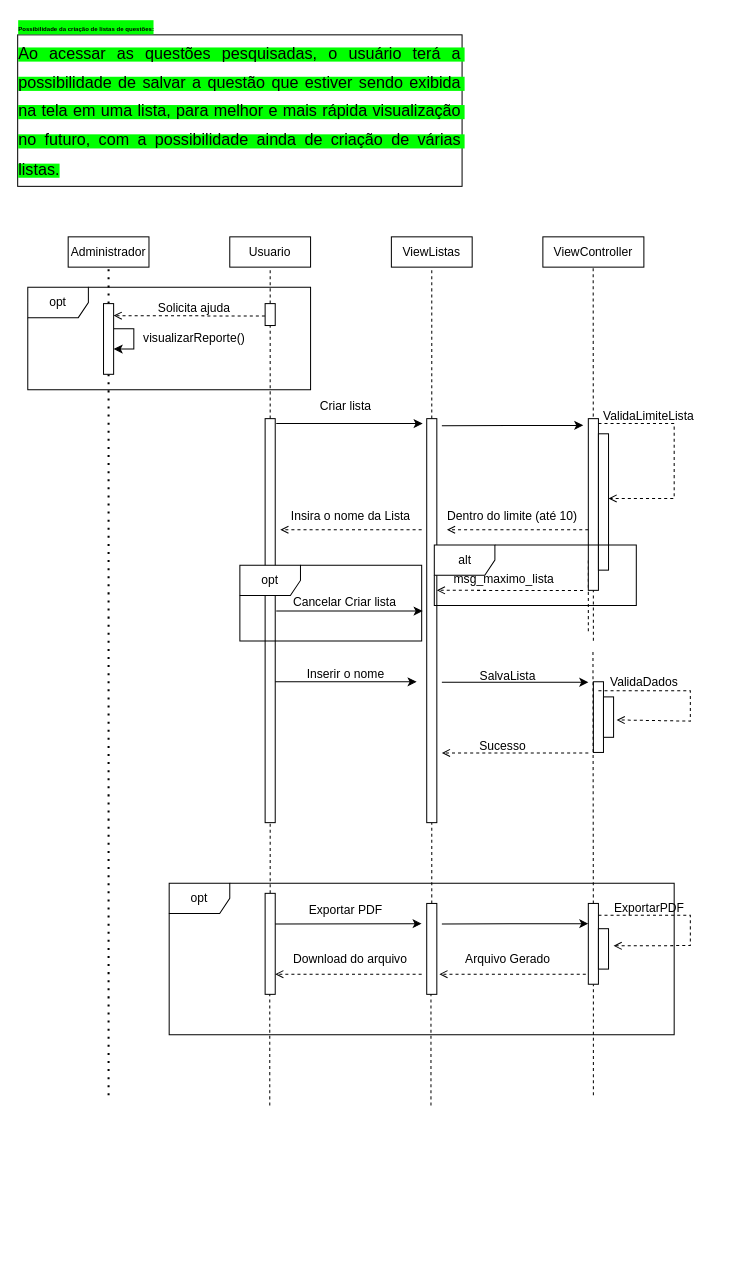
Above: Criar Listas.drawio in augustorazani/QENEM-UML-Diagram (draw.io), before the change. Source tidied: cells renumbered, new cells numbered last; positions are measured from the earlier drawing's top-left corner, leaving out a move shared by most shapes. Both pictures are drawn from the tidied source at 101%, with x=0, y=0 at pixel (17, 34).
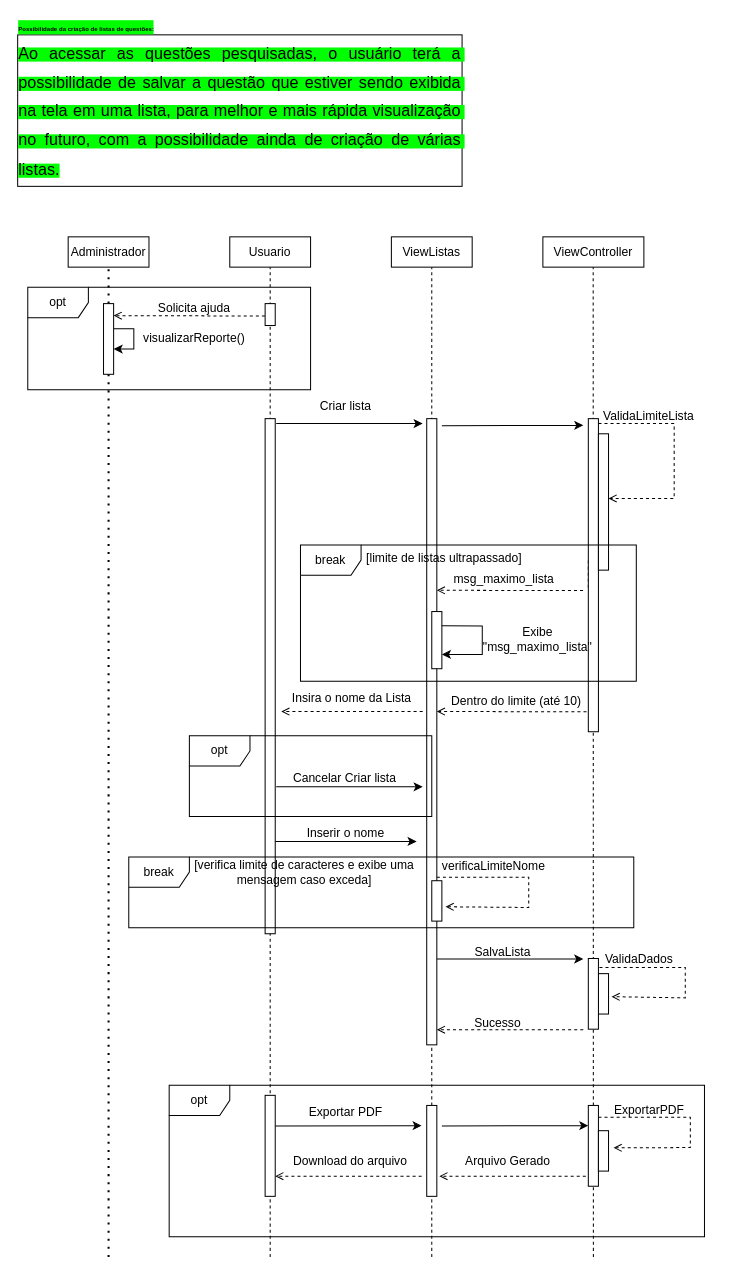
The same diagram, later.

The change refers to these unchanged cells:
```xml
<mxCell id="18" style="html=1;points=[[0,0,0,0,5],[0,1,0,0,-5],[1,0,0,0,5],[1,1,0,0,-5]];perimeter=orthogonalPerimeter;outlineConnect=0;targetShapes=umlLifeline;portConstraint=eastwest;newEdgeStyle={&quot;curved&quot;:0,&quot;rounded&quot;:0};" parent="1" vertex="1">
  <mxGeometry x="85" y="266.1" width="10" height="70" as="geometry" />
</mxCell>
```

What changed in the source:
```diff
@@
-    <mxCell id="4" style="endArrow=none;dashed=1;html=1;rounded=0;" parent="1" edge="1" source="7">
+    <mxCell id="4" style="endArrow=none;dashed=1;html=1;rounded=0;" parent="1" edge="1">
       <mxGeometry relative="1" as="geometry">
+        <mxPoint x="250" y="1210" as="sourcePoint" />
         <mxPoint x="250" y="230" as="targetPoint" />
       </mxGeometry>
     </mxCell>
@@
-    <mxCell id="6" style="endArrow=none;dashed=1;html=1;rounded=0;exitX=0.5;exitY=0;exitDx=0;exitDy=0;" parent="1" edge="1" source="50" target="7">
-      <mxGeometry relative="1" as="geometry">
-        <Array as="points">
-          <mxPoint x="250" y="650" />
-        </Array>
-      </mxGeometry>
-    </mxCell>
     <mxCell id="7" style="rounded=0;whiteSpace=wrap;html=1;" parent="1" vertex="1">
-      <mxGeometry x="245" y="380" width="10" height="400" as="geometry" />
+      <mxGeometry x="245" y="380" width="10" height="510" as="geometry" />
     </mxCell>
-    <mxCell id="8" style="endArrow=none;dashed=1;html=1;rounded=0;" parent="1" edge="1" source="21">
+    <mxCell id="8" style="endArrow=none;dashed=1;html=1;rounded=0;" parent="1" edge="1">
       <mxGeometry relative="1" as="geometry">
+        <mxPoint x="410" y="1210" as="sourcePoint" />
         <mxPoint x="410" y="230" as="targetPoint" />
       </mxGeometry>
     </mxCell>
@@
     <mxCell id="17" style="endArrow=none;dashed=1;html=1;dashPattern=1 3;strokeWidth=2;rounded=0;" parent="1" edge="1" target="18">
       <mxGeometry relative="1" as="geometry">
-        <mxPoint x="90" y="1050" as="sourcePoint" />
+        <mxPoint x="90" y="1210" as="sourcePoint" />
       </mxGeometry>
     </mxCell>
@@
-    <mxCell id="20" style="endArrow=none;dashed=1;html=1;rounded=0;exitX=0.5;exitY=0;exitDx=0;exitDy=0;" parent="1" edge="1" source="53" target="21">
-      <mxGeometry relative="1" as="geometry" />
-    </mxCell>
     <mxCell id="21" style="rounded=0;whiteSpace=wrap;html=1;" parent="1" vertex="1">
-      <mxGeometry x="405" y="380" width="10" height="400" as="geometry" />
+      <mxGeometry x="405" y="380" width="10" height="620" as="geometry" />
     </mxCell>
@@
     <mxCell id="24" style="endArrow=none;dashed=1;html=1;rounded=0;" parent="1" edge="1">
       <mxGeometry relative="1" as="geometry">
-        <mxPoint x="570" y="600" as="sourcePoint" />
+        <mxPoint x="570" y="1210" as="sourcePoint" />
         <mxPoint x="569.8" y="230" as="targetPoint" />
       </mxGeometry>
     </mxCell>
@@
     <mxCell id="26" style="rounded=0;whiteSpace=wrap;html=1;" parent="1" vertex="1">
-      <mxGeometry x="565" y="380" width="10" height="170" as="geometry" />
+      <mxGeometry x="565" y="380" width="10" height="310" as="geometry" />
     </mxCell>
@@
-    <mxCell id="31" style="endArrow=open;html=1;rounded=0;exitX=1.037;exitY=0.719;exitDx=0;exitDy=0;exitPerimeter=0;dashed=1;endFill=0;" parent="1" edge="1">
+    <mxCell id="31" style="endArrow=open;html=1;rounded=0;dashed=1;endFill=0;entryX=1.184;entryY=0.459;entryDx=0;entryDy=0;entryPerimeter=0;" parent="1" edge="1">
       <mxGeometry relative="1" as="geometry">
-        <mxPoint x="565" y="490" as="sourcePoint" />
-        <mxPoint x="425" y="490" as="targetPoint" />
+        <mxPoint x="563.2" y="670.2" as="sourcePoint" />
+        <mxPoint x="415" y="670" as="targetPoint" />
       </mxGeometry>
     </mxCell>
     <mxCell id="32" value="Dentro do limite (até 10)" style="text;html=1;align=center;verticalAlign=middle;whiteSpace=wrap;rounded=0;" parent="1" vertex="1">
-      <mxGeometry x="415" y="460" width="150" height="33.4" as="geometry" />
+      <mxGeometry x="419" y="643" width="150" height="33.4" as="geometry" />
     </mxCell>
     <mxCell id="33" style="endArrow=open;html=1;rounded=0;exitX=1.037;exitY=0.719;exitDx=0;exitDy=0;exitPerimeter=0;dashed=1;endFill=0;" parent="1" edge="1">
       <mxGeometry relative="1" as="geometry">
-        <mxPoint x="400" y="490" as="sourcePoint" />
-        <mxPoint x="260" y="490" as="targetPoint" />
+        <mxPoint x="401" y="670" as="sourcePoint" />
+        <mxPoint x="261" y="670" as="targetPoint" />
       </mxGeometry>
     </mxCell>
     <mxCell id="34" value="Insira o nome da Lista" style="text;html=1;align=center;verticalAlign=middle;whiteSpace=wrap;rounded=0;" parent="1" vertex="1">
-      <mxGeometry x="255" y="460" width="150" height="33.4" as="geometry" />
+      <mxGeometry x="256" y="640" width="150" height="33.4" as="geometry" />
     </mxCell>
     <mxCell id="35" value="Inserir o nome" style="text;html=1;align=center;verticalAlign=middle;whiteSpace=wrap;rounded=0;" parent="1" vertex="1">
-      <mxGeometry x="260" y="616.6" width="130" height="33.4" as="geometry" />
+      <mxGeometry x="260" y="774.6" width="130" height="33.4" as="geometry" />
     </mxCell>
     <mxCell id="36" style="endArrow=classic;html=1;rounded=0;" parent="1" edge="1">
       <mxGeometry relative="1" as="geometry">
-        <mxPoint x="255" y="640.6" as="sourcePoint" />
-        <mxPoint x="395" y="640.6" as="targetPoint" />
+        <mxPoint x="255" y="798.6" as="sourcePoint" />
+        <mxPoint x="395" y="798.6" as="targetPoint" />
       </mxGeometry>
     </mxCell>
     <mxCell id="37" value="SalvaLista" style="text;html=1;align=center;verticalAlign=middle;strokeColor=none;fillColor=none;" parent="1" vertex="1">
-      <mxGeometry x="445" y="620" width="80" height="30" as="geometry" />
+      <mxGeometry x="440" y="894" width="80" height="30" as="geometry" />
     </mxCell>
-    <mxCell id="38" style="rounded=0;whiteSpace=wrap;html=1;" parent="1" vertex="1">
-      <mxGeometry x="570" y="640.5" width="10" height="70" as="geometry" />
-    </mxCell>
-    <mxCell id="39" style="endArrow=none;dashed=1;html=1;rounded=0;" parent="1" edge="1" source="55">
-      <mxGeometry relative="1" as="geometry">
-        <mxPoint x="569.6" y="611" as="targetPoint" />
-      </mxGeometry>
-    </mxCell>
-    <mxCell id="40" value="alt" style="shape=umlFrame;whiteSpace=wrap;html=1;" parent="1" vertex="1">
-      <mxGeometry x="412.5" y="505" width="200" height="60" as="geometry" />
+    <mxCell id="40" value="break" style="shape=umlFrame;whiteSpace=wrap;html=1;" parent="1" vertex="1">
+      <mxGeometry x="280" y="505" width="332.5" height="135" as="geometry" />
     </mxCell>
     <mxCell id="41" style="endArrow=classic;html=1;rounded=0;" parent="1" edge="1">
       <mxGeometry relative="1" as="geometry">
-        <mxPoint x="420" y="641" as="sourcePoint" />
-        <mxPoint x="565" y="641" as="targetPoint" />
+        <mxPoint x="415" y="915" as="sourcePoint" />
+        <mxPoint x="560" y="915" as="targetPoint" />
       </mxGeometry>
     </mxCell>
     <mxCell id="42" style="endArrow=open;html=1;rounded=0;dashed=1;endFill=0;entryX=1.3;entryY=0.57;entryDx=0;entryDy=0;entryPerimeter=0;" parent="1" edge="1" target="43">
       <mxGeometry relative="1" as="geometry">
-        <mxPoint x="575" y="649.5" as="sourcePoint" />
+        <mxPoint x="570" y="923.5" as="sourcePoint" />
         <Array as="points">
-          <mxPoint x="666" y="649.5" />
-          <mxPoint x="666" y="679.5" />
+          <mxPoint x="661" y="923.5" />
+          <mxPoint x="661" y="953.5" />
         </Array>
       </mxGeometry>
     </mxCell>
     <mxCell id="43" style="rounded=0;whiteSpace=wrap;html=1;" parent="1" vertex="1">
-      <mxGeometry x="580" y="655.5" width="10" height="40" as="geometry" />
+      <mxGeometry x="575" y="929.5" width="10" height="40" as="geometry" />
     </mxCell>
     <mxCell id="44" value="ValidaDados" style="text;html=1;align=center;verticalAlign=middle;strokeColor=none;fillColor=none;" parent="1" vertex="1">
-      <mxGeometry x="575" y="626" width="90" height="30" as="geometry" />
+      <mxGeometry x="570" y="900" width="90" height="30" as="geometry" />
     </mxCell>
+    <mxCell id="38" style="rounded=0;whiteSpace=wrap;html=1;" parent="1" vertex="1">
+      <mxGeometry x="565" y="914.5" width="10" height="70" as="geometry" />
+    </mxCell>
     <mxCell id="45" style="endArrow=open;html=1;rounded=0;dashed=1;endFill=0;" parent="1" edge="1">
       <mxGeometry relative="1" as="geometry">
-        <mxPoint x="565" y="711" as="sourcePoint" />
-        <mxPoint x="420" y="711" as="targetPoint" />
+        <mxPoint x="560" y="985" as="sourcePoint" />
+        <mxPoint x="415" y="985" as="targetPoint" />
       </mxGeometry>
     </mxCell>
     <mxCell id="46" value="Sucesso" style="text;html=1;align=center;verticalAlign=middle;strokeColor=none;fillColor=none;" parent="1" vertex="1">
-      <mxGeometry x="445" y="689.5" width="70" height="30" as="geometry" />
+      <mxGeometry x="440" y="963.5" width="70" height="30" as="geometry" />
     </mxCell>
-    <mxCell id="47" style="endArrow=none;dashed=1;html=1;rounded=0;" parent="1" edge="1">
-      <mxGeometry relative="1" as="geometry">
-        <mxPoint x="565" y="590.5" as="sourcePoint" />
-        <mxPoint x="565" y="550.5" as="targetPoint" />
-      </mxGeometry>
-    </mxCell>
@@
     <mxCell id="50" style="rounded=0;whiteSpace=wrap;html=1;" parent="1" vertex="1">
-      <mxGeometry x="245" y="850" width="10" height="100" as="geometry" />
+      <mxGeometry x="245" y="1050" width="10" height="100" as="geometry" />
     </mxCell>
     <mxCell id="51" value="Exportar PDF" style="text;html=1;align=center;verticalAlign=middle;whiteSpace=wrap;rounded=0;" parent="1" vertex="1">
-      <mxGeometry x="260" y="850" width="130" height="33.4" as="geometry" />
+      <mxGeometry x="260" y="1050" width="130" height="33.4" as="geometry" />
     </mxCell>
     <mxCell id="52" style="endArrow=classic;html=1;rounded=0;exitX=0;exitY=1;exitDx=0;exitDy=0;" parent="1" edge="1">
       <mxGeometry relative="1" as="geometry">
-        <mxPoint x="255" y="880.4" as="sourcePoint" />
-        <mxPoint x="400" y="880" as="targetPoint" />
+        <mxPoint x="255" y="1080.4" as="sourcePoint" />
+        <mxPoint x="400" y="1080" as="targetPoint" />
       </mxGeometry>
     </mxCell>
     <mxCell id="53" style="rounded=0;whiteSpace=wrap;html=1;" parent="1" vertex="1">
-      <mxGeometry x="405" y="860" width="10" height="90" as="geometry" />
+      <mxGeometry x="405" y="1060" width="10" height="90" as="geometry" />
     </mxCell>
-    <mxCell id="54" style="endArrow=none;dashed=1;html=1;rounded=0;" parent="1" edge="1" target="55">
-      <mxGeometry relative="1" as="geometry">
-        <mxPoint x="570" y="1050" as="sourcePoint" />
-      </mxGeometry>
-    </mxCell>
     <mxCell id="55" style="rounded=0;whiteSpace=wrap;html=1;" parent="1" vertex="1">
-      <mxGeometry x="565" y="860" width="10" height="80" as="geometry" />
+      <mxGeometry x="565" y="1060" width="10" height="80" as="geometry" />
     </mxCell>
     <mxCell id="56" value="opt" style="shape=umlFrame;whiteSpace=wrap;html=1;" parent="1" vertex="1">
-      <mxGeometry x="150" y="840" width="500" height="150" as="geometry" />
+      <mxGeometry x="150" y="1040" width="530" height="150" as="geometry" />
     </mxCell>
     <mxCell id="57" style="endArrow=open;html=1;rounded=0;dashed=1;endFill=0;" parent="1" edge="1">
       <mxGeometry relative="1" as="geometry">
-        <mxPoint x="562.5" y="930" as="sourcePoint" />
-        <mxPoint x="417.5" y="930" as="targetPoint" />
+        <mxPoint x="562.5" y="1130" as="sourcePoint" />
+        <mxPoint x="417.5" y="1130" as="targetPoint" />
       </mxGeometry>
     </mxCell>
     <mxCell id="58" value="Arquivo Gerado" style="text;html=1;align=center;verticalAlign=middle;strokeColor=none;fillColor=none;" parent="1" vertex="1">
-      <mxGeometry x="430" y="900" width="110" height="30" as="geometry" />
+      <mxGeometry x="430" y="1100" width="110" height="30" as="geometry" />
     </mxCell>
     <mxCell id="59" style="endArrow=classic;html=1;rounded=0;exitX=0;exitY=1;exitDx=0;exitDy=0;" parent="1" edge="1">
       <mxGeometry relative="1" as="geometry">
-        <mxPoint x="420" y="880.4" as="sourcePoint" />
-        <mxPoint x="565" y="880" as="targetPoint" />
+        <mxPoint x="420" y="1080.4" as="sourcePoint" />
+        <mxPoint x="565" y="1080" as="targetPoint" />
         <Array as="points">
-          <mxPoint x="490" y="880" />
+          <mxPoint x="490" y="1080" />
         </Array>
       </mxGeometry>
     </mxCell>
     <mxCell id="60" style="endArrow=open;html=1;rounded=0;dashed=1;endFill=0;" parent="1" edge="1">
       <mxGeometry relative="1" as="geometry">
-        <mxPoint x="400" y="930" as="sourcePoint" />
-        <mxPoint x="255" y="930" as="targetPoint" />
+        <mxPoint x="400" y="1130" as="sourcePoint" />
+        <mxPoint x="255" y="1130" as="targetPoint" />
       </mxGeometry>
     </mxCell>
-    <mxCell id="61" style="endArrow=none;dashed=1;html=1;rounded=0;" parent="1" edge="1">
-      <mxGeometry relative="1" as="geometry">
-        <mxPoint x="409.2" y="1060" as="sourcePoint" />
-        <mxPoint x="409.2" y="950" as="targetPoint" />
-      </mxGeometry>
-    </mxCell>
-    <mxCell id="62" style="endArrow=none;dashed=1;html=1;rounded=0;" parent="1" edge="1">
-      <mxGeometry relative="1" as="geometry">
-        <mxPoint x="249.6" y="1060" as="sourcePoint" />
-        <mxPoint x="249.6" y="950" as="targetPoint" />
-      </mxGeometry>
-    </mxCell>
     <mxCell id="63" style="endArrow=open;html=1;rounded=0;dashed=1;endFill=0;" parent="1" edge="1">
       <mxGeometry relative="1" as="geometry">
-        <mxPoint x="575" y="871.7" as="sourcePoint" />
-        <mxPoint x="590" y="902" as="targetPoint" />
+        <mxPoint x="575" y="1071.7" as="sourcePoint" />
+        <mxPoint x="590" y="1102" as="targetPoint" />
         <Array as="points">
-          <mxPoint x="666" y="871.7" />
-          <mxPoint x="666" y="901.7" />
+          <mxPoint x="666" y="1071.7" />
+          <mxPoint x="666" y="1101.7" />
         </Array>
       </mxGeometry>
     </mxCell>
     <mxCell id="64" style="rounded=0;whiteSpace=wrap;html=1;" parent="1" vertex="1">
-      <mxGeometry x="575" y="885" width="10" height="40" as="geometry" />
+      <mxGeometry x="575" y="1085" width="10" height="40" as="geometry" />
     </mxCell>
     <mxCell id="65" value="ExportarPDF" style="text;html=1;align=center;verticalAlign=middle;strokeColor=none;fillColor=none;" parent="1" vertex="1">
-      <mxGeometry x="580" y="850" width="90" height="30" as="geometry" />
+      <mxGeometry x="580" y="1050" width="90" height="30" as="geometry" />
     </mxCell>
     <mxCell id="66" value="Download do arquivo" style="text;html=1;align=center;verticalAlign=middle;strokeColor=none;fillColor=none;" parent="1" vertex="1">
-      <mxGeometry x="258.5" y="900" width="140" height="30" as="geometry" />
+      <mxGeometry x="258.5" y="1100" width="140" height="30" as="geometry" />
     </mxCell>
     <mxCell id="67" value="opt" style="shape=umlFrame;whiteSpace=wrap;html=1;" parent="1" vertex="1">
-      <mxGeometry x="220" y="525.2" width="180" height="75" as="geometry" />
+      <mxGeometry x="170" y="694" width="240" height="80" as="geometry" />
     </mxCell>
     <mxCell id="68" style="endArrow=classic;html=1;rounded=0;" parent="1" edge="1">
       <mxGeometry relative="1" as="geometry">
-        <mxPoint x="256" y="570.5" as="sourcePoint" />
-        <mxPoint x="401" y="570.5" as="targetPoint" />
+        <mxPoint x="256" y="744.5" as="sourcePoint" />
+        <mxPoint x="401" y="744.5" as="targetPoint" />
       </mxGeometry>
     </mxCell>
     <mxCell id="69" value="Cancelar Criar lista" style="text;html=1;align=center;verticalAlign=middle;whiteSpace=wrap;rounded=0;" parent="1" vertex="1">
-      <mxGeometry x="258.5" y="545.2" width="130" height="33.4" as="geometry" />
+      <mxGeometry x="258.5" y="719.2" width="130" height="33.4" as="geometry" />
     </mxCell>
+    <mxCell id="70" value="break" style="shape=umlFrame;whiteSpace=wrap;html=1;" parent="1" vertex="1">
+      <mxGeometry x="110" y="814" width="500" height="70" as="geometry" />
+    </mxCell>
+    <mxCell id="71" style="rounded=0;whiteSpace=wrap;html=1;" parent="1" vertex="1">
+      <mxGeometry x="410" y="837.5" width="10" height="40" as="geometry" />
+    </mxCell>
+    <mxCell id="72" value="verificaLimiteNome" style="text;html=1;align=center;verticalAlign=middle;strokeColor=none;fillColor=none;" parent="1" vertex="1">
+      <mxGeometry x="406" y="808" width="130" height="30" as="geometry" />
+    </mxCell>
+    <mxCell id="73" style="endArrow=open;html=1;rounded=0;dashed=1;endFill=0;entryX=1.364;entryY=0.645;entryDx=0;entryDy=0;entryPerimeter=0;" parent="1" edge="1" target="71">
+      <mxGeometry relative="1" as="geometry">
+        <mxPoint x="415" y="834" as="sourcePoint" />
+        <Array as="points">
+          <mxPoint x="506" y="834" />
+          <mxPoint x="506" y="864" />
+        </Array>
+      </mxGeometry>
+    </mxCell>
+    <mxCell id="74" value="[verifica limite de caracteres e exibe uma mensagem caso exceda]" style="text;html=1;align=center;verticalAlign=middle;whiteSpace=wrap;rounded=0;" parent="1" vertex="1">
+      <mxGeometry x="168.5" y="814" width="230" height="30" as="geometry" />
+    </mxCell>
+    <mxCell id="75" style="rounded=0;whiteSpace=wrap;html=1;" parent="1" vertex="1">
+      <mxGeometry x="410" y="571" width="10" height="56.6" as="geometry" />
+    </mxCell>
+    <mxCell id="76" style="edgeStyle=orthogonalEdgeStyle;rounded=0;orthogonalLoop=1;jettySize=auto;html=1;entryX=1;entryY=0.75;entryDx=0;entryDy=0;exitX=1;exitY=0.25;exitDx=0;exitDy=0;" parent="1" edge="1" source="75" target="75">
+      <mxGeometry relative="1" as="geometry">
+        <Array as="points">
+          <mxPoint x="460" y="585" />
+          <mxPoint x="460" y="613" />
+        </Array>
+      </mxGeometry>
+    </mxCell>
+    <mxCell id="77" value="Exibe&lt;div&gt;&quot;msg_maximo_lista&quot;&lt;/div&gt;" style="text;html=1;align=center;verticalAlign=middle;whiteSpace=wrap;rounded=0;" parent="1" vertex="1">
+      <mxGeometry x="458.5" y="579.2" width="111.5" height="40.2" as="geometry" />
+    </mxCell>
+    <mxCell id="78" value="[limite de listas ultrapassado]" style="text;html=1;align=center;verticalAlign=middle;whiteSpace=wrap;rounded=0;" parent="1" vertex="1">
+      <mxGeometry x="335" y="503" width="175" height="30" as="geometry" />
+    </mxCell>
```
